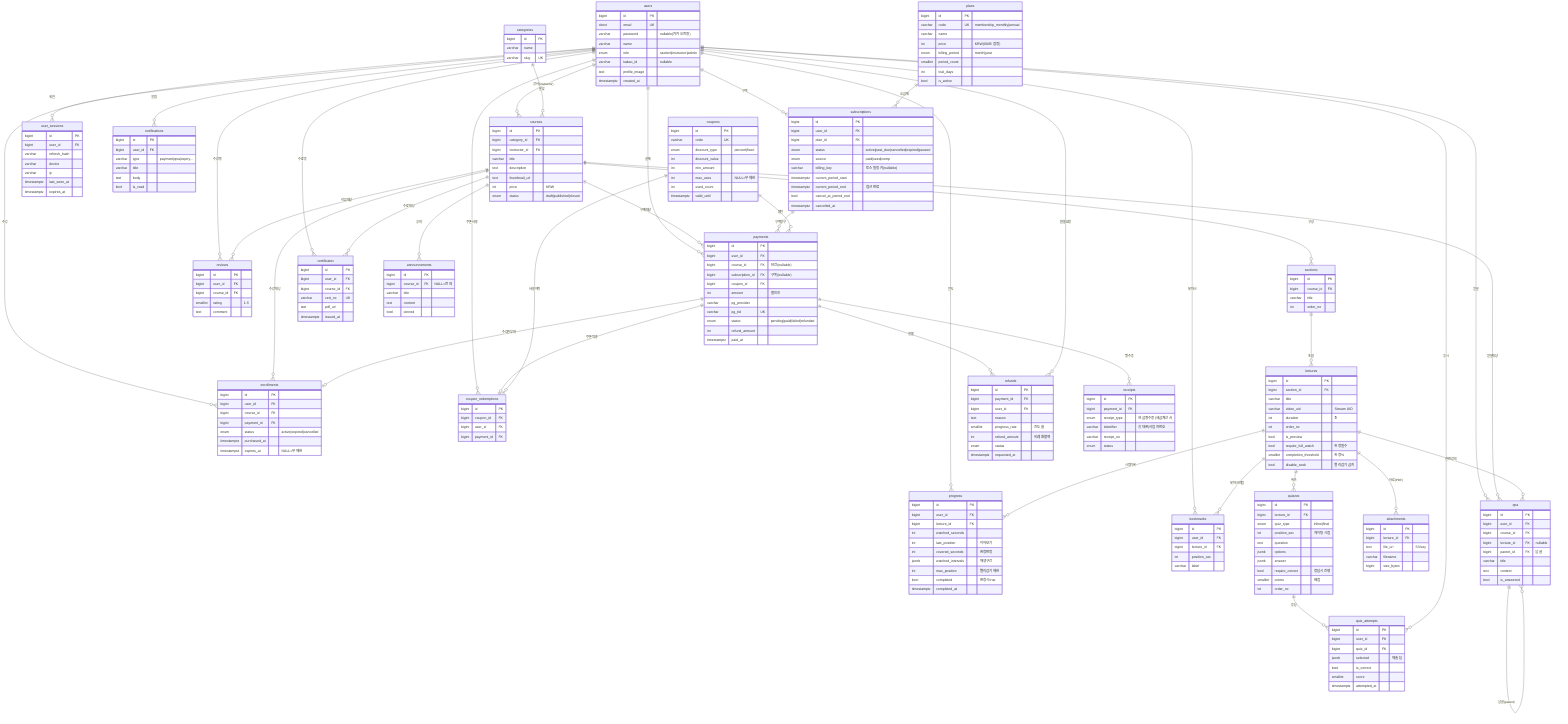
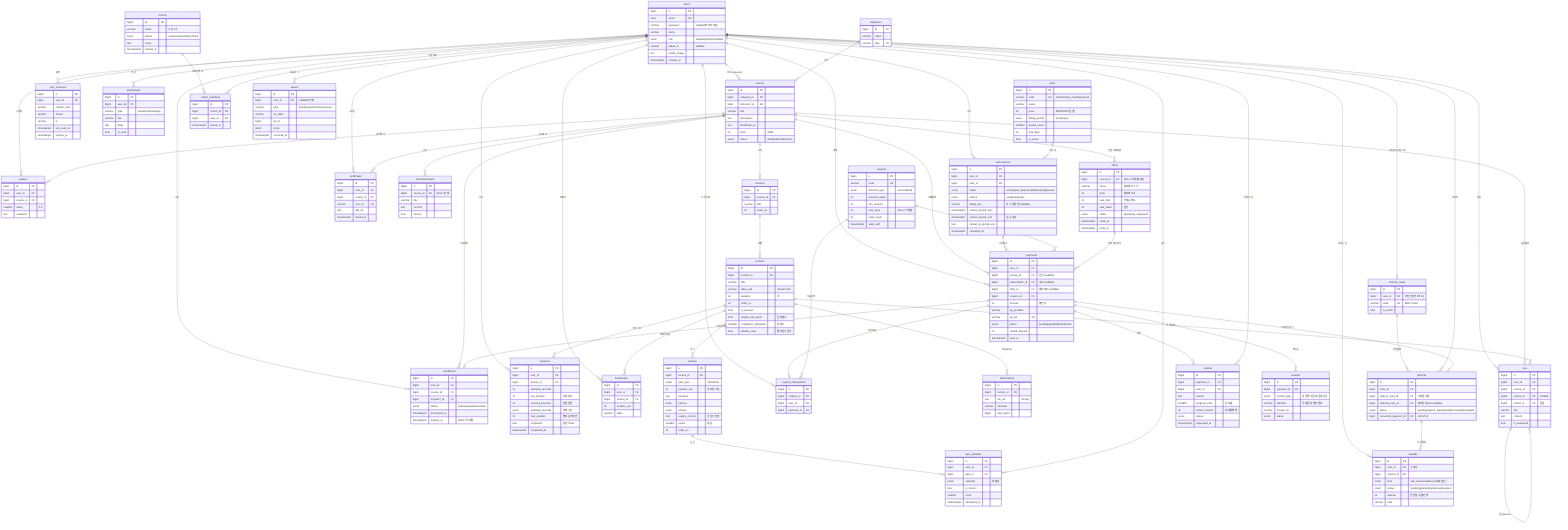
erDiagram
    users ||--o{ enrollments : "수강"
    users ||--o{ payments : "결제"
    users ||--o{ progress : "진도"
    users ||--o{ bookmarks : "북마크"
    users ||--o{ reviews : "수강평"
    users ||--o{ qna : "질문"
    users ||--o{ coupon_redemptions : "쿠폰사용"
    users ||--o{ courses : "강사(instructor)"

    categories ||--o{ courses : "분류"

    courses ||--o{ sections : "구성"
    courses ||--o{ enrollments : "수강대상"
    courses ||--o{ payments : "구매대상"
    courses ||--o{ reviews : "리뷰대상"
    courses ||--o{ qna : "질문대상"

    sections ||--o{ lectures : "포함"

    lectures ||--o{ attachments : "자료(PDF)"
    lectures ||--o{ progress : "시청기록"
    lectures ||--o{ bookmarks : "북마크지점"
    lectures ||--o{ qna : "관련강의"
    lectures ||--o{ quizzes : "퀴즈"

    quizzes ||--o{ quiz_attempts : "응답"
    users ||--o{ quiz_attempts : "응시"

    payments ||--o{ refunds : "환불"
    users ||--o{ refunds : "환불요청"
    payments ||--o{ receipts : "영수증"
    users ||--o{ certificates : "수료증"
    courses ||--o{ certificates : "수료대상"
    users ||--o{ user_sessions : "세션"
    users ||--o{ notifications : "알림"
    courses ||--o{ announcements : "공지"

    payments ||--o| enrollments : "수강권부여"
    payments ||--o| coupon_redemptions : "쿠폰적용"

    users ||--o{ subscriptions : "구독"
    plans ||--o{ subscriptions : "요금제"
    subscriptions ||--o{ payments : "구독청구"

    coupons ||--o{ payments : "할인"
    coupons ||--o{ coupon_redemptions : "사용이력"

+     %% [0006] 얼리버드/시딩/추천/활성화
+     courses ||--o{ offers : "한정오퍼대상"
+     offers ||--o{ payments : "얼리버드귀속"
+     cohorts ||--o{ cohort_members : "코호트멤버"
+     users ||--o{ cohort_members : "시딩참여"
+     users ||--o| referral_codes : "추천코드(1인1개)"
+     referral_codes ||--o{ referrals : "추천발생"
+     users ||--o{ referrals : "추천인"
+     payments ||--o| referrals : "유료전환귀속"
+     users ||--o{ rewards : "보상수령"
+     referrals ||--o{ rewards : "보상발생"
+     users ||--o{ events : "활동로그"
+ 
    qna ||--o{ qna : "답글(parent)"

    users {
        bigint id PK
        citext email UK
        varchar password "nullable(카카오전용)"
        varchar name
        enum role "student|instructor|admin"
        varchar kakao_id "nullable"
        text profile_image
        timestamptz created_at
    }

    categories {
        bigint id PK
        varchar name
        varchar slug UK
    }

    courses {
        bigint id PK
        bigint category_id FK
        bigint instructor_id FK
        varchar title
        text description
        text thumbnail_url
        int price "KRW"
        enum status "draft|published|closed"
    }

    sections {
        bigint id PK
        bigint course_id FK
        varchar title
        int order_no
    }

    lectures {
        bigint id PK
        bigint section_id FK
        varchar title
        varchar video_uid "Stream UID"
        int duration "초"
        int order_no
        bool is_preview
        bool require_full_watch "완청필수"
        smallint completion_threshold "완청%"
        bool disable_seek "빨리감기금지"
    }

    attachments {
        bigint id PK
        bigint lecture_id FK
        text file_url "S3 key"
        varchar filename
        bigint size_bytes
    }

    enrollments {
        bigint id PK
        bigint user_id FK
        bigint course_id FK
        bigint payment_id FK
        enum status "active|expired|cancelled"
        timestamptz purchased_at
        timestamptz expires_at "NULL=무제한"
    }

    progress {
        bigint id PK
        bigint user_id FK
        bigint lecture_id FK
        int watched_seconds
        int last_position "이어보기"
        int covered_seconds "완청판정"
        jsonb watched_intervals "재생구간"
        int max_position "빨리감기제한"
        bool completed "완청시true"
        timestamptz completed_at
    }

    quizzes {
        bigint id PK
        bigint lecture_id FK
        enum quiz_type "inline|final"
        int position_sec "게이팅시점"
        text question
        jsonb options
        jsonb answer
        bool require_correct "정답시진행"
        smallint points "배점"
        int order_no
    }

    quiz_attempts {
        bigint id PK
        bigint user_id FK
        bigint quiz_id FK
        jsonb selected "제출답"
        bool is_correct
        smallint score
        timestamptz attempted_at
    }

    bookmarks {
        bigint id PK
        bigint user_id FK
        bigint lecture_id FK
        int position_sec
        varchar label
    }

    reviews {
        bigint id PK
        bigint user_id FK
        bigint course_id FK
        smallint rating "1-5"
        text comment
    }

    qna {
        bigint id PK
        bigint user_id FK
        bigint course_id FK
        bigint lecture_id FK "nullable"
        bigint parent_id FK "답글"
        varchar title
        text content
        bool is_answered
    }

    coupons {
        bigint id PK
        varchar code UK
        enum discount_type "percent|fixed"
        int discount_value
        int min_amount
        int max_uses "NULL=무제한"
        int used_count
        timestamptz valid_until
    }

    plans {
        bigint id PK
        varchar code UK "membership_monthly|annual"
        varchar name
        int price "KRW(0005 잠정)"
        enum billing_period "month|year"
        smallint period_count
        int trial_days
        bool is_active
    }

    subscriptions {
        bigint id PK
        bigint user_id FK
        bigint plan_id FK
        enum status "active|past_due|cancelled|expired|paused"
        enum source "paid|seed|comp"
        varchar billing_key "토스 빌링키(nullable)"
        timestamptz current_period_start
        timestamptz current_period_end "접근 만료"
        bool cancel_at_period_end
        timestamptz cancelled_at
    }

    payments {
        bigint id PK
        bigint user_id FK
        bigint course_id FK "단건(nullable)"
        bigint subscription_id FK "구독(nullable)"
+         bigint offer_id FK "얼리버드(nullable)"
        bigint coupon_id FK
        int amount "할인후"
        varchar pg_provider
        varchar pg_tid UK
        enum status "pending|paid|failed|refunded"
        int refund_amount
        timestamptz paid_at
    }

    coupon_redemptions {
        bigint id PK
        bigint coupon_id FK
        bigint user_id FK
        bigint payment_id FK
    }

    refunds {
        bigint id PK
        bigint payment_id FK
        bigint user_id FK
        text reason
        smallint progress_rate "진도율"
        int refund_amount "비례환불액"
        enum status
        timestamptz requested_at
    }

    receipts {
        bigint id PK
        bigint payment_id FK
        enum receipt_type "현금영수증|세금계산서"
        varchar identifier "휴대폰|사업자번호"
        varchar receipt_no
        enum status
    }

    certificates {
        bigint id PK
        bigint user_id FK
        bigint course_id FK
        varchar cert_no UK
        text pdf_url
        timestamptz issued_at
    }

    user_sessions {
        bigint id PK
        bigint user_id FK
        varchar refresh_hash
        varchar device
        varchar ip
        timestamptz last_seen_at
        timestamptz expires_at
    }

    notifications {
        bigint id PK
        bigint user_id FK
        varchar type "payment|qna|expiry..."
        varchar title
        text body
        bool is_read
    }

    announcements {
        bigint id PK
        bigint course_id FK "NULL=전체"
        varchar title
        text content
        bool pinned
    }
+ 
+     %% [0006] 콜드스타트 캠페인
+     offers {
+         bigint id PK
+         bigint course_id FK "NULL=전체/멤버십"
+         varchar name "얼리버드 1기"
+         int price "얼리버드가"
+         int seat_limit "선착순한도"
+         int seat_taken "점유"
+         enum status "open|sold_out|closed"
+         timestamptz starts_at
+         timestamptz ends_at
+     }
+ 
+     cohorts {
+         bigint id PK
+         varchar name "시딩 1기"
+         enum status "active|completed|archived"
+         text notes
+         timestamptz started_at
+     }
+ 
+     cohort_members {
+         bigint id PK
+         bigint cohort_id FK
+         bigint user_id FK
+         timestamptz joined_at
+     }
+ 
+     referral_codes {
+         bigint id PK
+         bigint user_id FK "추천인(1인1코드)"
+         varchar code UK "BRO-XXXX"
+         bool is_active
+     }
+ 
+     referrals {
+         bigint id PK
+         bigint code_id FK
+         bigint referrer_user_id FK "추천한사람"
+         bigint referred_user_id FK "피추천자(UK,nullable)"
+         enum status "pending|signed_up|activated|converted|rewarded"
+         bigint converted_payment_id FK "CAC귀속"
+     }
+ 
+     rewards {
+         bigint id PK
+         bigint user_id FK "수령자"
+         bigint referral_id FK
+         enum kind "sub_extension|discount(비현금)"
+         enum status "pending|granted|redeemed|revoked"
+         int amount "연장일수|할인액"
+         varchar note
+     }
+ 
+     events {
+         bigint id PK
+         bigint user_id FK "nullable(익명)"
+         varchar type "activation|referral|conversion..."
+         varchar ref_table
+         bigint ref_id
+         jsonb props
+         timestamptz occurred_at
+     }
